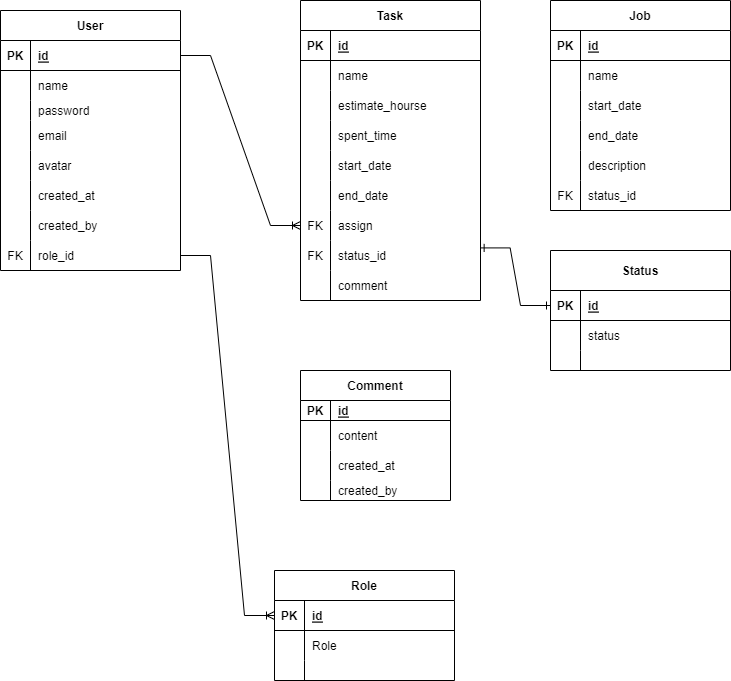
Before: Biểu đồ không có tiêu đề.drawio.png, a diagram exported from draw.io (DucManh20/QuanLyCongViec). Source tidied: cells renumbered, new cells last; positions are measured from the earlier drawing's top-left corner, leaving out a move shared by most shapes.
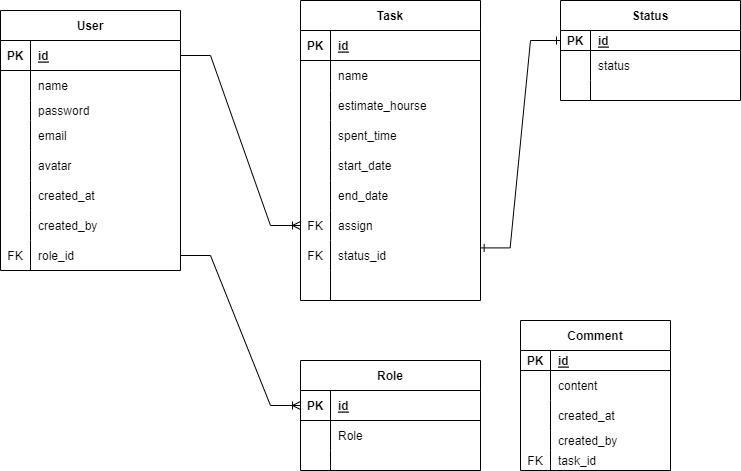
The same diagram one commit later.

Commit message:
Cập nhật Biểu đồ không có tiêu đề.drawio.png

The edit, as a diff of the source:
```diff
@@ -78,7 +78,7 @@
       <mxGeometry x="30" width="150" height="30" as="geometry" />
     </mxCell>
     <mxCell id="27" value="Role" style="shape=table;startSize=30;rowLines=0;fontStyle=1;align=center;labelBackgroundColor=none;labelBorderColor=none;" parent="1" vertex="1">
-      <mxGeometry x="274" y="570" width="180" height="110" as="geometry" />
+      <mxGeometry x="300" y="360" width="180" height="110" as="geometry" />
     </mxCell>
     <mxCell id="28" style="shape=tableRow;horizontal=0;startSize=0;swimlaneHead=0;swimlaneBody=0;fillColor=none;points=[[0,0.5],[1,0.5]];portConstraint=eastwest;top=0;left=0;right=0;bottom=1;labelBackgroundColor=none;labelBorderColor=none;" parent="27" vertex="1">
       <mxGeometry y="30" width="180" height="30" as="geometry" />
@@ -191,26 +191,26 @@
     <mxCell id="64" style="shape=partialRectangle;fillColor=none;top=0;left=0;bottom=0;right=0;overflow=hidden;labelBackgroundColor=none;labelBorderColor=none;" parent="63" vertex="1">
       <mxGeometry width="30" height="30" as="geometry" />
     </mxCell>
-    <mxCell id="65" value="comment" style="shape=partialRectangle;fillColor=none;top=0;left=0;bottom=0;right=0;align=left;spacingLeft=6;overflow=hidden;labelBackgroundColor=none;labelBorderColor=none;" parent="63" vertex="1">
+    <mxCell id="65" style="shape=partialRectangle;fillColor=none;top=0;left=0;bottom=0;right=0;align=left;spacingLeft=6;overflow=hidden;labelBackgroundColor=none;labelBorderColor=none;" parent="63" vertex="1">
       <mxGeometry x="30" width="150" height="30" as="geometry" />
     </mxCell>
     <mxCell id="66" style="edgeStyle=entityRelationEdgeStyle;fontSize=12;html=1;endArrow=ERoneToMany;rounded=0;exitX=1;exitY=0.5;exitDx=0;exitDy=0;entryX=0;entryY=0.5;entryDx=0;entryDy=0;" parent="1" edge="1" source="3" target="57">
       <mxGeometry relative="1" as="geometry" />
     </mxCell>
-    <mxCell id="67" value="Status" style="shape=table;startSize=40;rowLines=0;fontStyle=1;align=center;labelBackgroundColor=none;labelBorderColor=none;" parent="1" vertex="1">
-      <mxGeometry x="550" y="250" width="180" height="120" as="geometry" />
+    <mxCell id="67" value="Status" style="shape=table;startSize=30;rowLines=0;fontStyle=1;align=center;labelBackgroundColor=none;labelBorderColor=none;" parent="1" vertex="1">
+      <mxGeometry x="560" width="180" height="100" as="geometry" />
     </mxCell>
     <mxCell id="68" style="shape=tableRow;horizontal=0;startSize=0;swimlaneHead=0;swimlaneBody=0;fillColor=none;points=[[0,0.5],[1,0.5]];portConstraint=eastwest;top=0;left=0;right=0;bottom=1;labelBackgroundColor=none;labelBorderColor=none;" parent="67" vertex="1">
-      <mxGeometry y="40" width="180" height="30" as="geometry" />
+      <mxGeometry y="30" width="180" height="20" as="geometry" />
     </mxCell>
     <mxCell id="69" value="PK" style="shape=partialRectangle;fillColor=none;top=0;left=0;bottom=0;right=0;fontStyle=1;overflow=hidden;labelBackgroundColor=none;labelBorderColor=none;" parent="68" vertex="1">
-      <mxGeometry width="30" height="30" as="geometry" />
+      <mxGeometry width="30" height="20" as="geometry" />
     </mxCell>
     <mxCell id="70" value="id" style="shape=partialRectangle;fillColor=none;top=0;left=0;bottom=0;right=0;align=left;spacingLeft=6;fontStyle=5;overflow=hidden;labelBackgroundColor=none;labelBorderColor=none;" parent="68" vertex="1">
-      <mxGeometry x="30" width="150" height="30" as="geometry" />
+      <mxGeometry x="30" width="150" height="20" as="geometry" />
     </mxCell>
     <mxCell id="71" style="shape=tableRow;horizontal=0;startSize=0;swimlaneHead=0;swimlaneBody=0;fillColor=none;top=0;left=0;right=0;bottom=0;labelBackgroundColor=none;labelBorderColor=none;" parent="67" vertex="1">
-      <mxGeometry y="70" width="180" height="30" as="geometry" />
+      <mxGeometry y="50" width="180" height="30" as="geometry" />
     </mxCell>
     <mxCell id="72" style="shape=partialRectangle;fillColor=none;top=0;left=0;bottom=0;right=0;overflow=hidden;labelBackgroundColor=none;labelBorderColor=none;" parent="71" vertex="1">
       <mxGeometry width="30" height="30" as="geometry" />
@@ -219,7 +219,7 @@
       <mxGeometry x="30" width="150" height="30" as="geometry" />
     </mxCell>
     <mxCell id="74" style="shape=tableRow;horizontal=0;startSize=0;swimlaneHead=0;swimlaneBody=0;fillColor=none;top=0;left=0;right=0;bottom=0;labelBackgroundColor=none;labelBorderColor=none;" parent="67" vertex="1">
-      <mxGeometry y="100" width="180" height="20" as="geometry" />
+      <mxGeometry y="80" width="180" height="20" as="geometry" />
     </mxCell>
     <mxCell id="75" style="shape=partialRectangle;fillColor=none;top=0;left=0;bottom=0;right=0;overflow=hidden;labelBackgroundColor=none;labelBorderColor=none;" parent="74" vertex="1">
       <mxGeometry width="30" height="20" as="geometry" />
@@ -230,65 +230,8 @@
     <mxCell id="77" style="edgeStyle=entityRelationEdgeStyle;fontSize=12;html=1;endArrow=ERone;startArrow=ERone;rounded=0;entryX=0;entryY=0.5;entryDx=0;entryDy=0;exitX=0.998;exitY=0.247;exitDx=0;exitDy=0;exitPerimeter=0;endFill=0;startFill=0;" parent="1" edge="1" source="60" target="68">
       <mxGeometry relative="1" as="geometry" />
     </mxCell>
-    <mxCell id="78" value="Job" style="shape=table;startSize=30;rowLines=0;fontStyle=1;align=center;labelBackgroundColor=none;labelBorderColor=none;" parent="1" vertex="1">
-      <mxGeometry x="550" width="180" height="210" as="geometry" />
-    </mxCell>
-    <mxCell id="79" style="shape=tableRow;horizontal=0;startSize=0;swimlaneHead=0;swimlaneBody=0;fillColor=none;top=0;left=0;right=0;bottom=1;labelBackgroundColor=none;labelBorderColor=none;" parent="78" vertex="1">
-      <mxGeometry y="30" width="180" height="30" as="geometry" />
-    </mxCell>
-    <mxCell id="80" value="PK" style="shape=partialRectangle;fillColor=none;top=0;left=0;bottom=0;right=0;fontStyle=1;overflow=hidden;labelBackgroundColor=none;labelBorderColor=none;" parent="79" vertex="1">
-      <mxGeometry width="30" height="30" as="geometry" />
-    </mxCell>
-    <mxCell id="81" value="id" style="shape=partialRectangle;fillColor=none;top=0;left=0;bottom=0;right=0;align=left;spacingLeft=6;fontStyle=5;overflow=hidden;labelBackgroundColor=none;labelBorderColor=none;" parent="79" vertex="1">
-      <mxGeometry x="30" width="150" height="30" as="geometry" />
-    </mxCell>
-    <mxCell id="82" style="shape=tableRow;horizontal=0;startSize=0;swimlaneHead=0;swimlaneBody=0;fillColor=none;top=0;left=0;right=0;bottom=0;labelBackgroundColor=none;labelBorderColor=none;" parent="78" vertex="1">
-      <mxGeometry y="60" width="180" height="30" as="geometry" />
-    </mxCell>
-    <mxCell id="83" style="shape=partialRectangle;fillColor=none;top=0;left=0;bottom=0;right=0;overflow=hidden;labelBackgroundColor=none;labelBorderColor=none;" parent="82" vertex="1">
-      <mxGeometry width="30" height="30" as="geometry" />
-    </mxCell>
-    <mxCell id="84" value="name" style="shape=partialRectangle;fillColor=none;top=0;left=0;bottom=0;right=0;align=left;spacingLeft=6;overflow=hidden;labelBackgroundColor=none;labelBorderColor=none;" parent="82" vertex="1">
-      <mxGeometry x="30" width="150" height="30" as="geometry" />
-    </mxCell>
-    <mxCell id="85" style="shape=tableRow;horizontal=0;startSize=0;swimlaneHead=0;swimlaneBody=0;fillColor=none;top=0;left=0;right=0;bottom=0;labelBackgroundColor=none;labelBorderColor=none;" parent="78" vertex="1">
-      <mxGeometry y="90" width="180" height="30" as="geometry" />
-    </mxCell>
-    <mxCell id="86" style="shape=partialRectangle;fillColor=none;top=0;left=0;bottom=0;right=0;overflow=hidden;labelBackgroundColor=none;labelBorderColor=none;" parent="85" vertex="1">
-      <mxGeometry width="30" height="30" as="geometry" />
-    </mxCell>
-    <mxCell id="87" value="start_date" style="shape=partialRectangle;fillColor=none;top=0;left=0;bottom=0;right=0;align=left;spacingLeft=6;overflow=hidden;labelBackgroundColor=none;labelBorderColor=none;" parent="85" vertex="1">
-      <mxGeometry x="30" width="150" height="30" as="geometry" />
-    </mxCell>
-    <mxCell id="88" style="shape=tableRow;horizontal=0;startSize=0;swimlaneHead=0;swimlaneBody=0;fillColor=none;top=0;left=0;right=0;bottom=0;labelBackgroundColor=none;labelBorderColor=none;" parent="78" vertex="1">
-      <mxGeometry y="120" width="180" height="30" as="geometry" />
-    </mxCell>
-    <mxCell id="89" style="shape=partialRectangle;fillColor=none;top=0;left=0;bottom=0;right=0;overflow=hidden;labelBackgroundColor=none;labelBorderColor=none;" parent="88" vertex="1">
-      <mxGeometry width="30" height="30" as="geometry" />
-    </mxCell>
-    <mxCell id="90" value="end_date" style="shape=partialRectangle;fillColor=none;top=0;left=0;bottom=0;right=0;align=left;spacingLeft=6;overflow=hidden;labelBackgroundColor=none;labelBorderColor=none;" parent="88" vertex="1">
-      <mxGeometry x="30" width="150" height="30" as="geometry" />
-    </mxCell>
-    <mxCell id="91" style="shape=tableRow;horizontal=0;startSize=0;swimlaneHead=0;swimlaneBody=0;fillColor=none;top=0;left=0;right=0;bottom=0;labelBackgroundColor=none;labelBorderColor=none;" parent="78" vertex="1">
-      <mxGeometry y="150" width="180" height="30" as="geometry" />
-    </mxCell>
-    <mxCell id="92" style="shape=partialRectangle;fillColor=none;top=0;left=0;bottom=0;right=0;overflow=hidden;labelBackgroundColor=none;labelBorderColor=none;" parent="91" vertex="1">
-      <mxGeometry width="30" height="30" as="geometry" />
-    </mxCell>
-    <mxCell id="93" value="description" style="shape=partialRectangle;fillColor=none;top=0;left=0;bottom=0;right=0;align=left;spacingLeft=6;overflow=hidden;labelBackgroundColor=none;labelBorderColor=none;" parent="91" vertex="1">
-      <mxGeometry x="30" width="150" height="30" as="geometry" />
-    </mxCell>
-    <mxCell id="94" style="shape=tableRow;horizontal=0;startSize=0;swimlaneHead=0;swimlaneBody=0;fillColor=none;top=0;left=0;right=0;bottom=0;labelBackgroundColor=none;labelBorderColor=none;" parent="78" vertex="1">
-      <mxGeometry y="180" width="180" height="30" as="geometry" />
-    </mxCell>
-    <mxCell id="95" value="FK" style="shape=partialRectangle;fillColor=none;top=0;left=0;bottom=0;right=0;overflow=hidden;labelBackgroundColor=none;labelBorderColor=none;" parent="94" vertex="1">
-      <mxGeometry width="30" height="30" as="geometry" />
-    </mxCell>
-    <mxCell id="96" value="status_id" style="shape=partialRectangle;fillColor=none;top=0;left=0;bottom=0;right=0;align=left;spacingLeft=6;overflow=hidden;labelBackgroundColor=none;labelBorderColor=none;" parent="94" vertex="1">
-      <mxGeometry x="30" width="150" height="30" as="geometry" />
-    </mxCell>
     <mxCell id="97" value="Comment" style="shape=table;startSize=30;rowLines=0;fontStyle=1;align=center;labelBackgroundColor=none;labelBorderColor=none;" parent="1" vertex="1">
-      <mxGeometry x="300" y="370" width="150" height="130" as="geometry" />
+      <mxGeometry x="520" y="320" width="150" height="150" as="geometry" />
     </mxCell>
     <mxCell id="98" style="shape=tableRow;horizontal=0;startSize=0;swimlaneHead=0;swimlaneBody=0;fillColor=none;top=0;left=0;right=0;bottom=1;labelBackgroundColor=none;labelBorderColor=none;" parent="97" vertex="1">
       <mxGeometry y="30" width="150" height="20" as="geometry" />
@@ -326,5 +269,14 @@
     <mxCell id="109" value="created_by" style="shape=partialRectangle;fillColor=none;top=0;left=0;bottom=0;right=0;align=left;spacingLeft=6;overflow=hidden;labelBackgroundColor=none;labelBorderColor=none;" parent="107" vertex="1">
       <mxGeometry x="30" width="120" height="20" as="geometry" />
     </mxCell>
+    <mxCell id="110" style="shape=tableRow;horizontal=0;startSize=0;swimlaneHead=0;swimlaneBody=0;fillColor=none;top=0;left=0;right=0;bottom=0;labelBackgroundColor=none;labelBorderColor=none;" parent="97" vertex="1">
+      <mxGeometry y="130" width="150" height="20" as="geometry" />
+    </mxCell>
+    <mxCell id="95" value="FK" style="shape=partialRectangle;fillColor=none;top=0;left=0;bottom=0;right=0;overflow=hidden;labelBackgroundColor=none;labelBorderColor=none;" parent="110" vertex="1">
+      <mxGeometry width="30" height="20" as="geometry" />
+    </mxCell>
+    <mxCell id="111" value="task_id" style="shape=partialRectangle;fillColor=none;top=0;left=0;bottom=0;right=0;align=left;spacingLeft=6;overflow=hidden;labelBackgroundColor=none;labelBorderColor=none;" parent="110" vertex="1">
+      <mxGeometry x="30" width="120" height="20" as="geometry" />
+    </mxCell>
   </root>
 </mxGraphModel>
```
